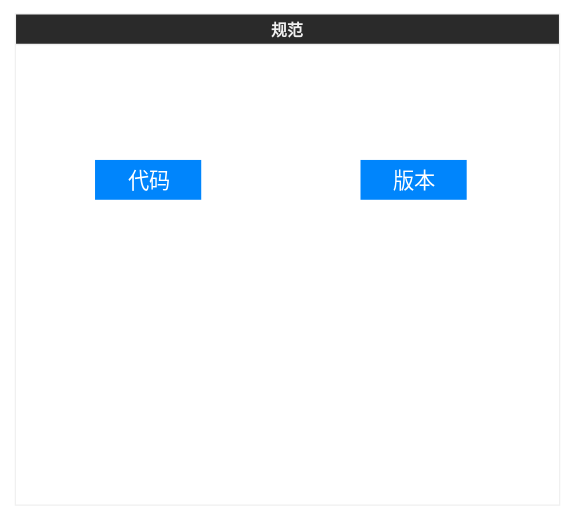
Echo-Yanglulu/obsidianPrivateNote keeps this draw.io diagram as 笔记/前端/工程化/Untitled Diagram.svg. Above is the earlier version. Source tidied: cells renumbered, new cells last; positions are measured from the earlier drawing's top-left corner, leaving out a move shared by most shapes.
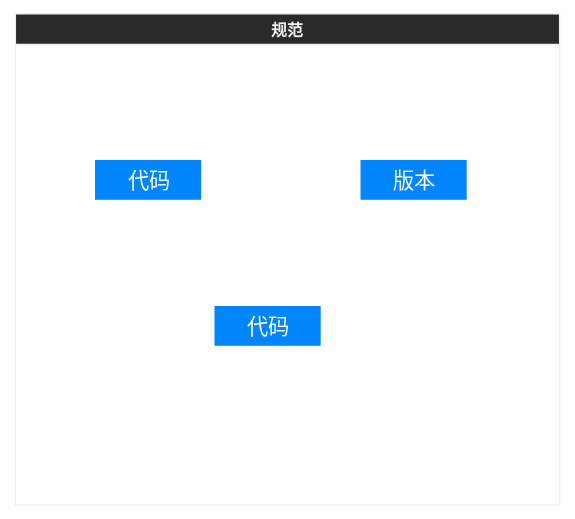
Above is the later version.

Diff of the diagram source:
```diff
@@ -11,5 +11,8 @@
     <mxCell id="4" value="版本" style="html=1;shadow=0;dashed=0;shape=mxgraph.bootstrap.rrect;rSize=5;strokeColor=none;strokeWidth=1;fillColor=#0085FC;fontColor=#FFFFFF;whiteSpace=wrap;align=center;verticalAlign=middle;spacingLeft=0;fontStyle=0;fontSize=16;spacing=5;" parent="2" vertex="1">
       <mxGeometry x="260" y="110" width="80" height="30" as="geometry" />
     </mxCell>
+    <mxCell id="5" value="代码" style="html=1;shadow=0;dashed=0;shape=mxgraph.bootstrap.rrect;rSize=5;strokeColor=none;strokeWidth=1;fillColor=#0085FC;fontColor=#FFFFFF;whiteSpace=wrap;align=center;verticalAlign=middle;spacingLeft=0;fontStyle=0;fontSize=16;spacing=5;" parent="2" vertex="1">
+      <mxGeometry x="150" y="220" width="80" height="30" as="geometry" />
+    </mxCell>
   </root>
 </mxGraphModel>
```
